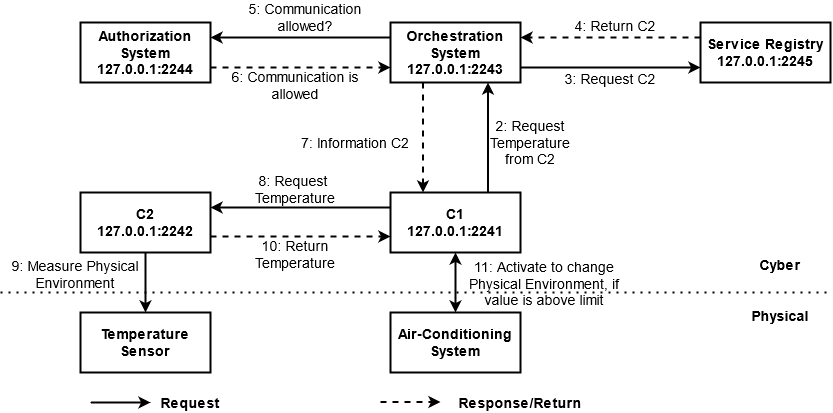
Before: images/usecase1.png, a diagram exported from draw.io (psailer1/MasterThesis). Source tidied: cells renumbered, new cells last; positions are measured from the earlier drawing's top-left corner, leaving out a move shared by most shapes.
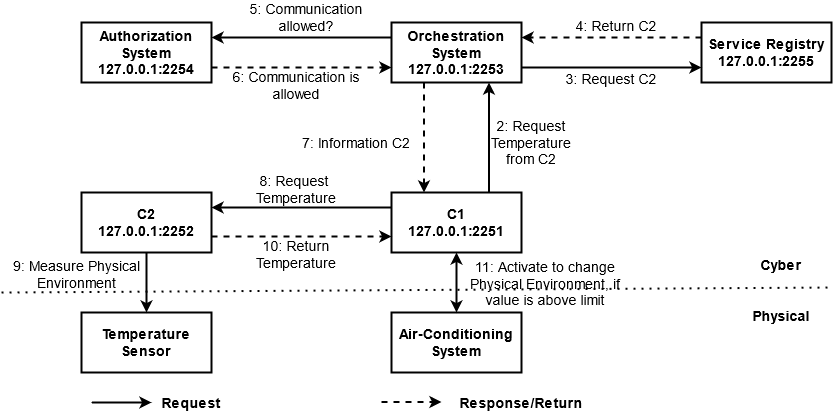
Later version of the same file.

The edit, as a diff of the source:
```diff
@@ -5,68 +5,68 @@
     <mxCell id="2" value="&lt;div&gt;&lt;b&gt;Cyber&lt;/b&gt;&lt;/div&gt;&lt;div&gt;&lt;b&gt;&lt;br&gt;&lt;/b&gt;&lt;/div&gt;&lt;div&gt;&lt;b&gt;&lt;br&gt;&lt;/b&gt;&lt;/div&gt;&lt;div&gt;&lt;b&gt;Physical&lt;br&gt;&lt;/b&gt;&lt;/div&gt;" style="text;html=1;strokeColor=none;fillColor=none;align=center;verticalAlign=middle;whiteSpace=wrap;rounded=0;fontSize=14;" parent="1" vertex="1">
       <mxGeometry x="760" y="273" width="40" height="20" as="geometry" />
     </mxCell>
-    <mxCell id="3" value="&lt;div&gt;C1&lt;/div&gt;127.0.0.1:2241" style="rounded=0;whiteSpace=wrap;html=1;fontSize=14;fontStyle=1;strokeWidth=2;" parent="1" vertex="1">
-      <mxGeometry x="390" y="185" width="130" height="60" as="geometry" />
-    </mxCell>
-    <mxCell id="4" value="&lt;div&gt;C2&lt;/div&gt;&lt;div&gt;127.0.0.1:2242&lt;/div&gt;" style="rounded=0;whiteSpace=wrap;html=1;fontSize=14;fontStyle=1;strokeWidth=2;" parent="1" vertex="1">
-      <mxGeometry x="80" y="185" width="130" height="60" as="geometry" />
-    </mxCell>
+    <mxCell id="35" value="&lt;div&gt;C1&lt;/div&gt;127.0.0.1:2251" style="rounded=0;whiteSpace=wrap;html=1;fontSize=14;fontStyle=1;strokeWidth=2;" parent="1" vertex="1">
+      <mxGeometry x="390" y="185" width="130" height="60" as="geometry" />
+    </mxCell>
+    <mxCell id="36" value="&lt;div&gt;C2&lt;/div&gt;&lt;div&gt;127.0.0.1:2252&lt;/div&gt;" style="rounded=0;whiteSpace=wrap;html=1;fontSize=14;fontStyle=1;strokeWidth=2;" parent="1" vertex="1">
+      <mxGeometry x="80" y="185" width="130" height="60" as="geometry" />
+    </mxCell>
     <mxCell id="5" value="Air-Conditioning System" style="rounded=0;whiteSpace=wrap;html=1;fontSize=14;fontStyle=1;strokeWidth=2;" parent="1" vertex="1">
       <mxGeometry x="390" y="305" width="130" height="60" as="geometry" />
     </mxCell>
     <mxCell id="6" value="Temperature Sensor" style="rounded=0;whiteSpace=wrap;html=1;fontSize=14;fontStyle=1;strokeWidth=2;" parent="1" vertex="1">
       <mxGeometry x="80" y="305" width="130" height="60" as="geometry" />
     </mxCell>
-    <mxCell id="7" value="&lt;div&gt;Authorization System&lt;/div&gt;&lt;div&gt;127.0.0.1:2244&lt;br&gt;&lt;/div&gt;" style="rounded=0;whiteSpace=wrap;html=1;fontSize=14;fontStyle=1;strokeWidth=2;" parent="1" vertex="1">
-      <mxGeometry x="80" y="15" width="130" height="60" as="geometry" />
-    </mxCell>
-    <mxCell id="8" value="&lt;div&gt;Orchestration System&lt;/div&gt;&lt;div&gt;127.0.0.1:2243&lt;br&gt;&lt;/div&gt;" style="rounded=0;whiteSpace=wrap;html=1;fontSize=14;fontStyle=1;strokeWidth=2;" parent="1" vertex="1">
-      <mxGeometry x="390" y="15" width="130" height="60" as="geometry" />
-    </mxCell>
-    <mxCell id="9" value="&lt;div&gt;Service Registry&lt;/div&gt;&lt;div&gt;127.0.0.1:2245&lt;br&gt;&lt;/div&gt;" style="rounded=0;whiteSpace=wrap;html=1;fontSize=14;fontStyle=1;strokeWidth=2;" parent="1" vertex="1">
-      <mxGeometry x="700" y="15" width="130" height="60" as="geometry" />
-    </mxCell>
-    <mxCell id="10" style="endArrow=classic;html=1;fontSize=14;entryX=0.75;entryY=1;entryDx=0;entryDy=0;exitX=0.75;exitY=0;exitDx=0;exitDy=0;strokeWidth=2;" parent="1" edge="1" source="3" target="8">
-      <mxGeometry relative="1" as="geometry" />
-    </mxCell>
-    <mxCell id="11" style="endArrow=classic;html=1;fontSize=14;exitX=0.25;exitY=1;exitDx=0;exitDy=0;entryX=0.25;entryY=0;entryDx=0;entryDy=0;dashed=1;strokeWidth=2;" parent="1" edge="1" source="8" target="3">
-      <mxGeometry relative="1" as="geometry" />
-    </mxCell>
-    <mxCell id="12" style="endArrow=classic;html=1;fontSize=14;exitX=1;exitY=0.75;exitDx=0;exitDy=0;entryX=0;entryY=0.75;entryDx=0;entryDy=0;strokeWidth=2;" parent="1" edge="1" source="8" target="9">
-      <mxGeometry relative="1" as="geometry" />
-    </mxCell>
-    <mxCell id="13" style="endArrow=classic;html=1;fontSize=14;exitX=0;exitY=0.25;exitDx=0;exitDy=0;entryX=1;entryY=0.25;entryDx=0;entryDy=0;dashed=1;strokeWidth=2;" parent="1" edge="1" source="9" target="8">
-      <mxGeometry relative="1" as="geometry" />
-    </mxCell>
-    <mxCell id="14" style="endArrow=classic;html=1;fontSize=14;dashed=1;strokeWidth=2;exitX=1;exitY=0.75;exitDx=0;exitDy=0;entryX=0;entryY=0.75;entryDx=0;entryDy=0;" parent="1" edge="1" source="7" target="8">
-      <mxGeometry relative="1" as="geometry" />
-    </mxCell>
-    <mxCell id="15" style="endArrow=classic;html=1;fontSize=14;exitX=0;exitY=0.25;exitDx=0;exitDy=0;entryX=1;entryY=0.25;entryDx=0;entryDy=0;strokeWidth=2;" parent="1" edge="1" source="8" target="7">
-      <mxGeometry relative="1" as="geometry" />
-    </mxCell>
-    <mxCell id="16" style="endArrow=classic;startArrow=classic;html=1;fontSize=14;entryX=0.5;entryY=1;entryDx=0;entryDy=0;strokeWidth=2;exitX=0.5;exitY=0;exitDx=0;exitDy=0;" parent="1" edge="1" source="5" target="3">
-      <mxGeometry relative="1" as="geometry" />
-    </mxCell>
-    <mxCell id="17" style="endArrow=classic;html=1;fontSize=14;exitX=0;exitY=0.25;exitDx=0;exitDy=0;strokeWidth=2;" parent="1" edge="1" source="3">
-      <mxGeometry relative="1" as="geometry">
-        <mxPoint x="210" y="200" as="targetPoint" />
-      </mxGeometry>
-    </mxCell>
-    <mxCell id="18" style="endArrow=classic;html=1;fontSize=14;exitX=0.5;exitY=1;exitDx=0;exitDy=0;entryX=0.5;entryY=0;entryDx=0;entryDy=0;strokeWidth=2;" parent="1" edge="1" source="4" target="6">
-      <mxGeometry relative="1" as="geometry" />
-    </mxCell>
-    <mxCell id="19" style="endArrow=classic;html=1;fontSize=14;strokeWidth=2;" parent="1" edge="1">
-      <mxGeometry relative="1" as="geometry">
-        <mxPoint x="90" y="395" as="sourcePoint" />
-        <mxPoint x="150" y="395" as="targetPoint" />
-      </mxGeometry>
-    </mxCell>
-    <mxCell id="20" style="endArrow=classic;html=1;dashed=1;fontSize=14;strokeWidth=2;" parent="1" edge="1">
-      <mxGeometry relative="1" as="geometry">
-        <mxPoint x="380" y="394.5" as="sourcePoint" />
-        <mxPoint x="440" y="394.5" as="targetPoint" />
-      </mxGeometry>
-    </mxCell>
+    <mxCell id="37" value="&lt;div&gt;Authorization System&lt;/div&gt;&lt;div&gt;127.0.0.1:2254&lt;br&gt;&lt;/div&gt;" style="rounded=0;whiteSpace=wrap;html=1;fontSize=14;fontStyle=1;strokeWidth=2;" parent="1" vertex="1">
+      <mxGeometry x="80" y="15" width="130" height="60" as="geometry" />
+    </mxCell>
+    <mxCell id="38" value="&lt;div&gt;Orchestration System&lt;/div&gt;&lt;div&gt;127.0.0.1:2253&lt;br&gt;&lt;/div&gt;" style="rounded=0;whiteSpace=wrap;html=1;fontSize=14;fontStyle=1;strokeWidth=2;" parent="1" vertex="1">
+      <mxGeometry x="390" y="15" width="130" height="60" as="geometry" />
+    </mxCell>
+    <mxCell id="39" value="&lt;div&gt;Service Registry&lt;/div&gt;&lt;div&gt;127.0.0.1:2255&lt;br&gt;&lt;/div&gt;" style="rounded=0;whiteSpace=wrap;html=1;fontSize=14;fontStyle=1;strokeWidth=2;" parent="1" vertex="1">
+      <mxGeometry x="700" y="15" width="130" height="60" as="geometry" />
+    </mxCell>
+    <mxCell id="40" style="endArrow=classic;html=1;fontSize=14;entryX=0.75;entryY=1;entryDx=0;entryDy=0;exitX=0.75;exitY=0;exitDx=0;exitDy=0;strokeWidth=2;" parent="1" edge="1" source="35" target="38">
+      <mxGeometry relative="1" as="geometry" />
+    </mxCell>
+    <mxCell id="41" style="endArrow=classic;html=1;fontSize=14;exitX=0.25;exitY=1;exitDx=0;exitDy=0;entryX=0.25;entryY=0;entryDx=0;entryDy=0;dashed=1;strokeWidth=2;" parent="1" edge="1" source="38" target="35">
+      <mxGeometry relative="1" as="geometry" />
+    </mxCell>
+    <mxCell id="42" style="endArrow=classic;html=1;fontSize=14;exitX=1;exitY=0.75;exitDx=0;exitDy=0;entryX=0;entryY=0.75;entryDx=0;entryDy=0;strokeWidth=2;" parent="1" edge="1" source="38" target="39">
+      <mxGeometry relative="1" as="geometry" />
+    </mxCell>
+    <mxCell id="43" style="endArrow=classic;html=1;fontSize=14;exitX=0;exitY=0.25;exitDx=0;exitDy=0;entryX=1;entryY=0.25;entryDx=0;entryDy=0;dashed=1;strokeWidth=2;" parent="1" edge="1" source="39" target="38">
+      <mxGeometry relative="1" as="geometry" />
+    </mxCell>
+    <mxCell id="44" style="endArrow=classic;html=1;fontSize=14;dashed=1;strokeWidth=2;exitX=1;exitY=0.75;exitDx=0;exitDy=0;entryX=0;entryY=0.75;entryDx=0;entryDy=0;" parent="1" edge="1" source="37" target="38">
+      <mxGeometry relative="1" as="geometry" />
+    </mxCell>
+    <mxCell id="45" style="endArrow=classic;html=1;fontSize=14;exitX=0;exitY=0.25;exitDx=0;exitDy=0;entryX=1;entryY=0.25;entryDx=0;entryDy=0;strokeWidth=2;" parent="1" edge="1" source="38" target="37">
+      <mxGeometry relative="1" as="geometry" />
+    </mxCell>
+    <mxCell id="46" style="endArrow=classic;startArrow=classic;html=1;fontSize=14;entryX=0.5;entryY=1;entryDx=0;entryDy=0;strokeWidth=2;exitX=0.5;exitY=0;exitDx=0;exitDy=0;" parent="1" edge="1" source="5" target="35">
+      <mxGeometry relative="1" as="geometry" />
+    </mxCell>
+    <mxCell id="47" style="endArrow=classic;html=1;fontSize=14;exitX=0;exitY=0.25;exitDx=0;exitDy=0;strokeWidth=2;" parent="1" edge="1" source="35">
+      <mxGeometry relative="1" as="geometry">
+        <mxPoint x="210" y="200" as="targetPoint" />
+      </mxGeometry>
+    </mxCell>
+    <mxCell id="48" style="endArrow=classic;html=1;fontSize=14;exitX=0.5;exitY=1;exitDx=0;exitDy=0;entryX=0.5;entryY=0;entryDx=0;entryDy=0;strokeWidth=2;" parent="1" edge="1" source="36" target="6">
+      <mxGeometry relative="1" as="geometry" />
+    </mxCell>
+    <mxCell id="49" style="endArrow=classic;html=1;fontSize=14;strokeWidth=2;" parent="1" edge="1">
+      <mxGeometry relative="1" as="geometry">
+        <mxPoint x="90" y="395" as="sourcePoint" />
+        <mxPoint x="150" y="395" as="targetPoint" />
+      </mxGeometry>
+    </mxCell>
+    <mxCell id="50" style="endArrow=classic;html=1;dashed=1;fontSize=14;strokeWidth=2;" parent="1" edge="1">
+      <mxGeometry relative="1" as="geometry">
+        <mxPoint x="380" y="394.5" as="sourcePoint" />
+        <mxPoint x="440" y="394.5" as="targetPoint" />
+      </mxGeometry>
+    </mxCell>
     <mxCell id="21" value="Request" style="text;html=1;strokeColor=none;fillColor=none;align=center;verticalAlign=middle;whiteSpace=wrap;rounded=0;fontSize=14;fontStyle=1;" parent="1" vertex="1">
       <mxGeometry x="170" y="385" width="40" height="20" as="geometry" />
     </mxCell>
@@ -76,12 +76,12 @@
     <mxCell id="23" value="&lt;div&gt;11: Activate to change &lt;br&gt;&lt;/div&gt;&lt;div&gt;Physical Environment, if &lt;br&gt;&lt;/div&gt;&lt;div&gt;value is above limit&lt;br&gt;&lt;/div&gt;" style="text;html=1;strokeColor=none;fillColor=none;align=center;verticalAlign=middle;whiteSpace=wrap;rounded=0;fontSize=14;" parent="1" vertex="1">
       <mxGeometry x="424" y="266" width="240" height="20" as="geometry" />
     </mxCell>
-    <mxCell id="24" style="endArrow=none;dashed=1;html=1;dashPattern=1 3;strokeWidth=2;fontSize=14;startArrow=none;" parent="1" edge="1">
-      <mxGeometry relative="1" as="geometry">
-        <mxPoint y="285" as="sourcePoint" />
-        <mxPoint x="830" y="285" as="targetPoint" />
-      </mxGeometry>
-    </mxCell>
+    <mxCell id="51" style="endArrow=none;dashed=1;html=1;dashPattern=1 3;strokeWidth=2;fontSize=14;startArrow=none;" parent="1" edge="1">
+      <mxGeometry relative="1" as="geometry">
+        <mxPoint y="285" as="sourcePoint" />
+        <mxPoint x="830" y="280" as="targetPoint" />
+      </mxGeometry>
+    </mxCell>
     <mxCell id="25" value="&lt;div&gt;2: Request &lt;br&gt;&lt;/div&gt;&lt;div&gt;Temperature &lt;br&gt;&lt;/div&gt;&lt;div&gt;from C2&lt;/div&gt;" style="text;html=1;strokeColor=none;fillColor=none;align=center;verticalAlign=middle;whiteSpace=wrap;rounded=0;fontSize=14;" parent="1" vertex="1">
       <mxGeometry x="420" y="125" width="220" height="20" as="geometry" />
     </mxCell>
@@ -104,14 +104,14 @@
       <mxGeometry x="220" y="172" width="150" height="20" as="geometry" />
     </mxCell>
     <mxCell id="32" value="&lt;div&gt;9: Measure Physical &lt;br&gt;&lt;/div&gt;&lt;div&gt;Environment&lt;/div&gt;" style="text;html=1;strokeColor=none;fillColor=none;align=center;verticalAlign=middle;whiteSpace=wrap;rounded=0;fontSize=14;" parent="1" vertex="1">
-      <mxGeometry x="10" y="257" width="130" height="20" as="geometry" />
+      <mxGeometry x="5" y="257" width="141" height="20" as="geometry" />
     </mxCell>
-    <mxCell id="33" style="endArrow=classic;html=1;fontSize=14;dashed=1;strokeWidth=2;exitX=1;exitY=0.75;exitDx=0;exitDy=0;entryX=0;entryY=0.75;entryDx=0;entryDy=0;" parent="1" edge="1">
-      <mxGeometry relative="1" as="geometry">
-        <mxPoint x="210" y="229" as="sourcePoint" />
-        <mxPoint x="390" y="229" as="targetPoint" />
-      </mxGeometry>
-    </mxCell>
+    <mxCell id="52" style="endArrow=classic;html=1;fontSize=14;dashed=1;strokeWidth=2;exitX=1;exitY=0.75;exitDx=0;exitDy=0;entryX=0;entryY=0.75;entryDx=0;entryDy=0;" parent="1" edge="1">
+      <mxGeometry relative="1" as="geometry">
+        <mxPoint x="210" y="229" as="sourcePoint" />
+        <mxPoint x="390" y="229" as="targetPoint" />
+      </mxGeometry>
+    </mxCell>
     <mxCell id="34" value="10: Return Temperature" style="text;html=1;strokeColor=none;fillColor=none;align=center;verticalAlign=middle;whiteSpace=wrap;rounded=0;fontSize=14;" parent="1" vertex="1">
       <mxGeometry x="220" y="237" width="150" height="20" as="geometry" />
     </mxCell>
```
